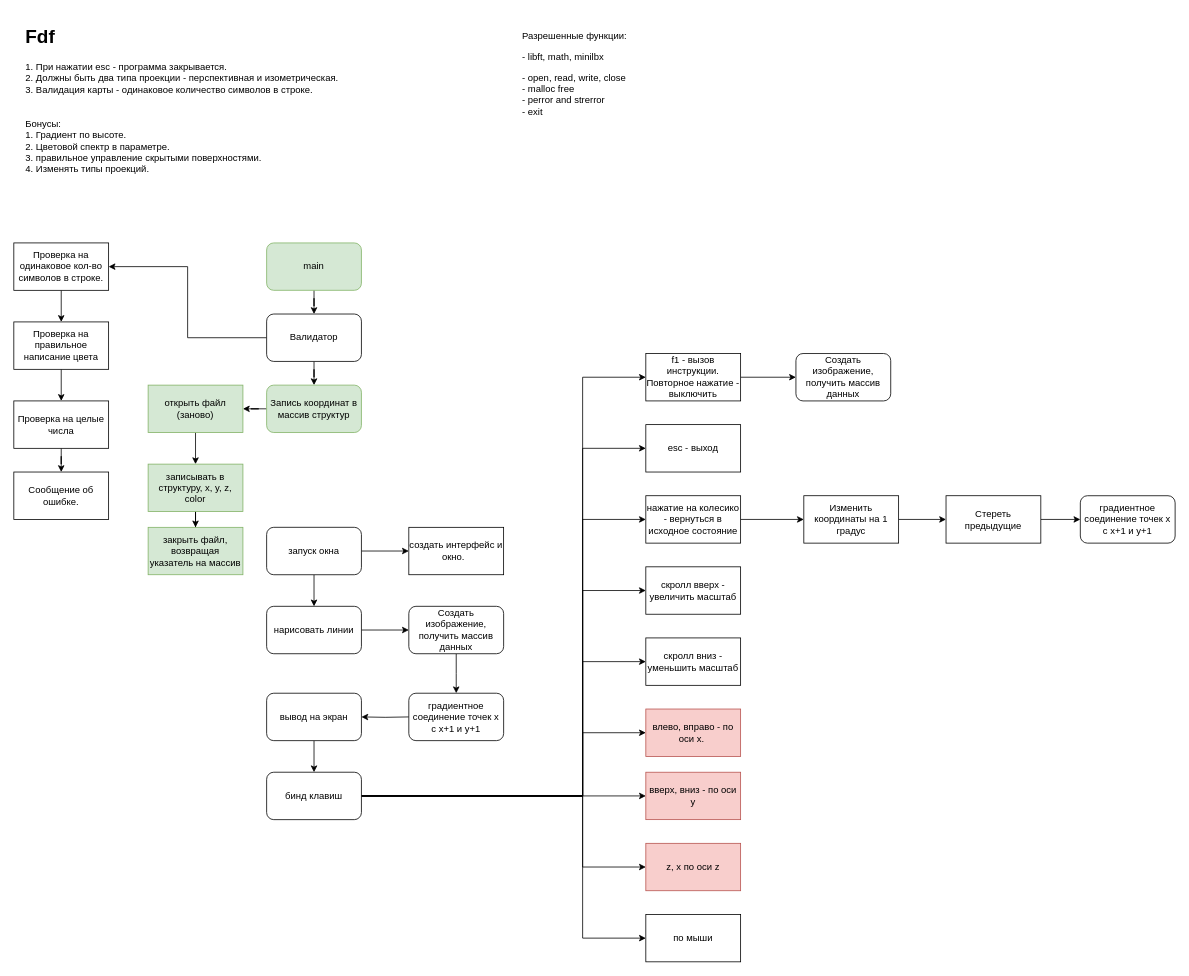
Before: map.drawio in Yaroslew/Fdf, a draw.io diagram. Source tidied: cells renumbered, new cells numbered last; positions are measured from the earlier drawing's top-left corner, leaving out a move shared by most shapes. Both pictures are drawn from the tidied source at 79%, with x=0, y=0 at pixel (13, 13).
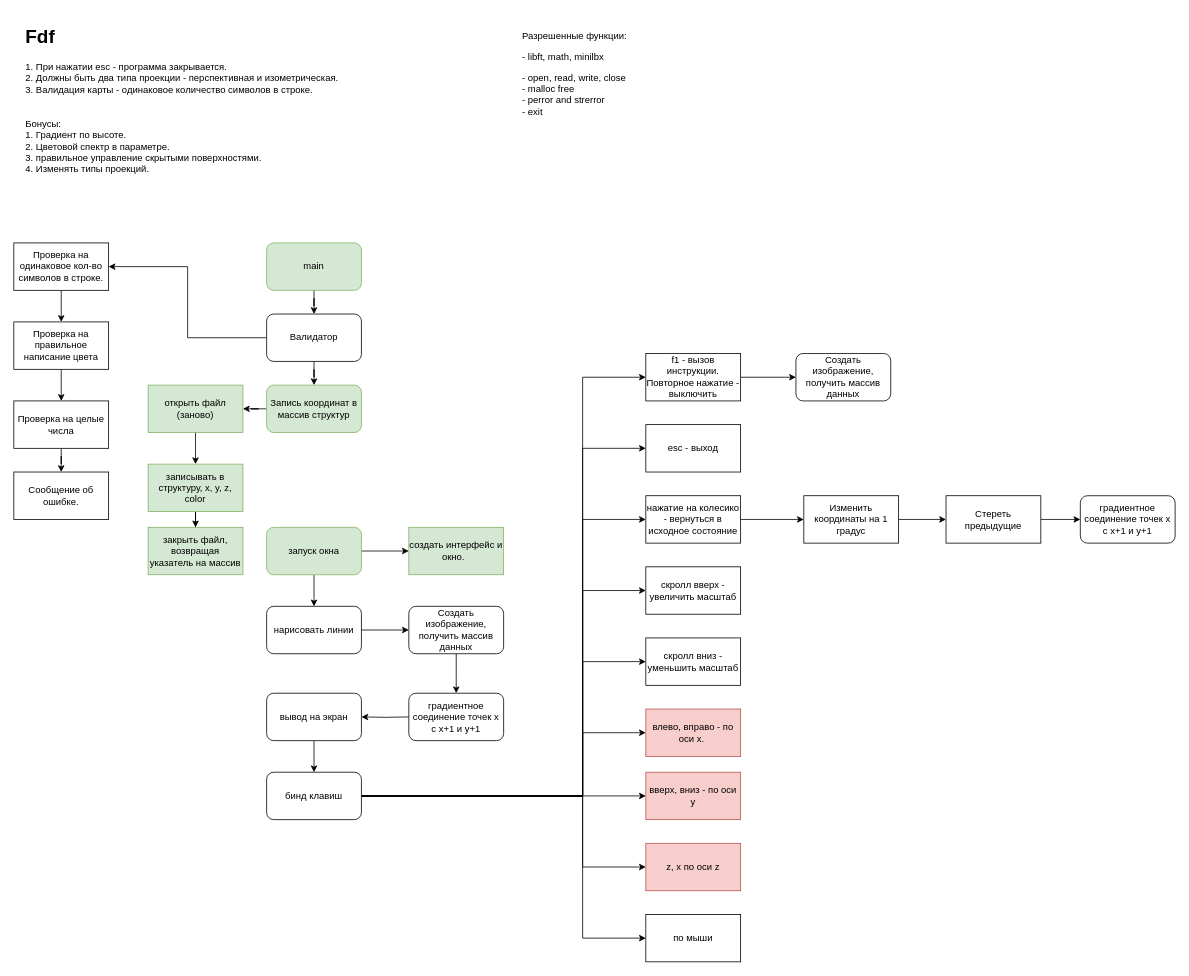
Above is the later version.

The edit, as a diff of the source:
```diff
@@
-    <mxCell id="37" value="запуск окна" style="rounded=1;whiteSpace=wrap;html=1;" parent="1" vertex="1">
+    <mxCell id="37" value="запуск окна" style="rounded=1;whiteSpace=wrap;html=1;fillColor=#d5e8d4;strokeColor=#82b366;" parent="1" vertex="1">
       <mxGeometry x="320" y="650" width="120" height="60" as="geometry" />
     </mxCell>
-    <mxCell id="38" value="создать интерфейс и окно.&amp;nbsp;&amp;nbsp;" style="rounded=0;whiteSpace=wrap;html=1;" parent="1" vertex="1">
+    <mxCell id="38" value="создать интерфейс и окно.&amp;nbsp;&amp;nbsp;" style="rounded=0;whiteSpace=wrap;html=1;fillColor=#d5e8d4;strokeColor=#82b366;" parent="1" vertex="1">
       <mxGeometry x="500" y="650" width="120" height="60" as="geometry" />
     </mxCell>
```
